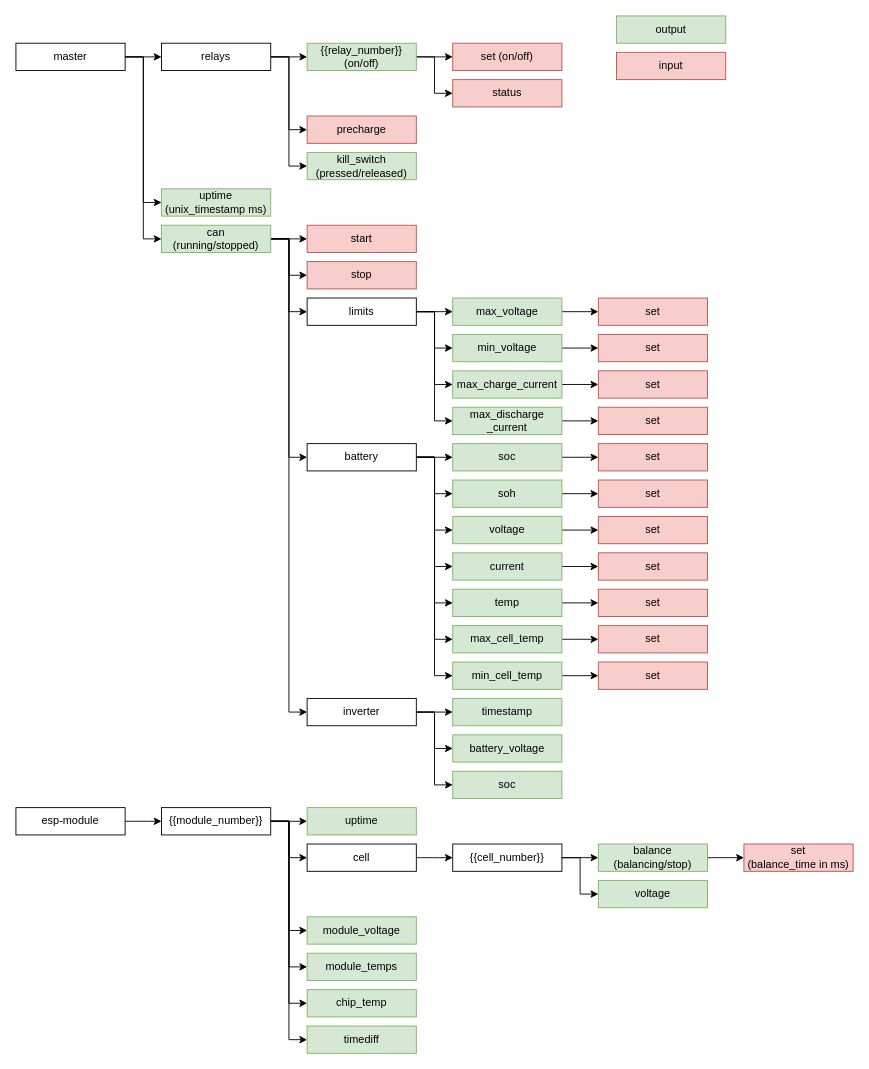
SunshadeCorp/EasyBMS-master keeps this draw.io diagram as mqtt_topics.drawio. Above is the earlier version. Source tidied: cells renumbered, new cells numbered last; positions are measured from the earlier drawing's top-left corner, leaving out a move shared by most shapes. Both pictures are drawn from the tidied source at 91%, with x=0, y=0 at pixel (15, 15).
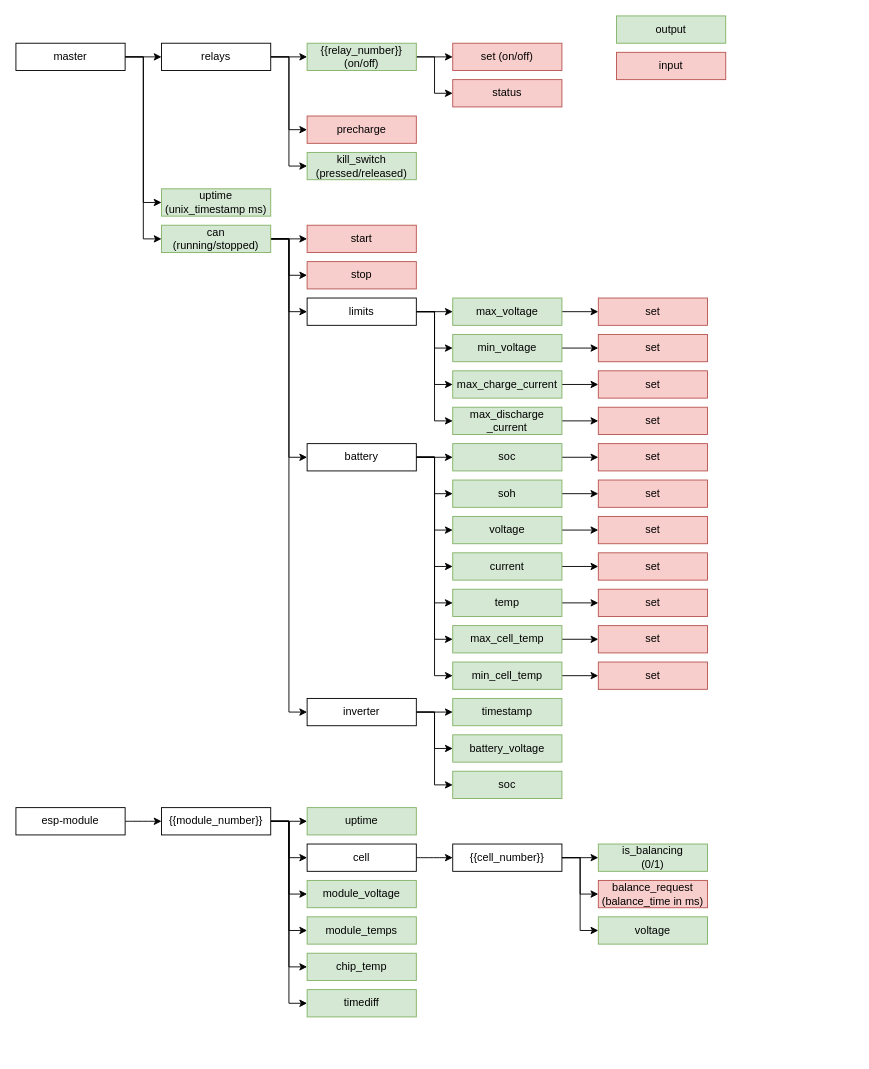
The same diagram, later.

Unchanged cells that the change refers to:
```xml
<mxCell id="93" value="{{cell_number}}" style="rounded=0;whiteSpace=wrap;html=1;" parent="1" vertex="1">
  <mxGeometry x="480" y="910" width="120" height="30" as="geometry" />
</mxCell>
```

Diff of the diagram source:
```diff
@@
     <mxCell id="18" value="voltage" style="rounded=0;whiteSpace=wrap;html=1;fillColor=#d5e8d4;strokeColor=#82b366;" parent="1" vertex="1">
-      <mxGeometry x="640" y="950" width="120" height="30" as="geometry" />
+      <mxGeometry x="640" y="990" width="120" height="30" as="geometry" />
     </mxCell>
@@
     <mxCell id="28" value="module_voltage" style="rounded=0;whiteSpace=wrap;html=1;fillColor=#d5e8d4;strokeColor=#82b366;" parent="1" vertex="1">
-      <mxGeometry x="320" y="990" width="120" height="30" as="geometry" />
+      <mxGeometry x="320" y="950" width="120" height="30" as="geometry" />
     </mxCell>
     <mxCell id="29" value="timediff" style="rounded=0;whiteSpace=wrap;html=1;fillColor=#d5e8d4;strokeColor=#82b366;" parent="1" vertex="1">
-      <mxGeometry x="320" y="1110" width="120" height="30" as="geometry" />
+      <mxGeometry x="320" y="1070" width="120" height="30" as="geometry" />
     </mxCell>
     <mxCell id="30" value="chip_temp" style="rounded=0;whiteSpace=wrap;html=1;fillColor=#d5e8d4;strokeColor=#82b366;" parent="1" vertex="1">
-      <mxGeometry x="320" y="1070" width="120" height="30" as="geometry" />
+      <mxGeometry x="320" y="1030" width="120" height="30" as="geometry" />
     </mxCell>
     <mxCell id="31" value="module_temps" style="rounded=0;whiteSpace=wrap;html=1;fillColor=#d5e8d4;strokeColor=#82b366;" parent="1" vertex="1">
-      <mxGeometry x="320" y="1030" width="120" height="30" as="geometry" />
+      <mxGeometry x="320" y="990" width="120" height="30" as="geometry" />
     </mxCell>
@@
-    <mxCell id="94" style="edgeStyle=orthogonalEdgeStyle;rounded=0;jettySize=auto;html=1;exitX=1;exitY=0.5;exitDx=0;exitDy=0;entryX=0;entryY=0.5;entryDx=0;entryDy=0;" parent="1" edge="1" source="95" target="96">
+    <mxCell id="94" style="edgeStyle=orthogonalEdgeStyle;rounded=0;jettySize=auto;html=1;exitX=1;exitY=0.5;exitDx=0;exitDy=0;entryX=0;entryY=0.5;entryDx=0;entryDy=0;" parent="1" edge="1" source="93" target="96">
       <mxGeometry relative="1" as="geometry" />
     </mxCell>
-    <mxCell id="95" value="balance&lt;br&gt;(balancing/stop)" style="rounded=0;whiteSpace=wrap;html=1;fillColor=#d5e8d4;strokeColor=#82b366;" parent="1" vertex="1">
+    <mxCell id="95" value="is_balancing&lt;br&gt;(0/1)" style="rounded=0;whiteSpace=wrap;html=1;fillColor=#d5e8d4;strokeColor=#82b366;" parent="1" vertex="1">
       <mxGeometry x="640" y="910" width="120" height="30" as="geometry" />
     </mxCell>
-    <mxCell id="96" value="set&lt;br&gt;(balance_time in ms)" style="rounded=0;whiteSpace=wrap;html=1;fillColor=#f8cecc;strokeColor=#b85450;" parent="1" vertex="1">
-      <mxGeometry x="800" y="910" width="120" height="30" as="geometry" />
+    <mxCell id="96" value="balance_request&lt;br&gt;(balance_time in ms)" style="rounded=0;whiteSpace=wrap;html=1;fillColor=#f8cecc;strokeColor=#b85450;" parent="1" vertex="1">
+      <mxGeometry x="640" y="950" width="120" height="30" as="geometry" />
     </mxCell>
```
